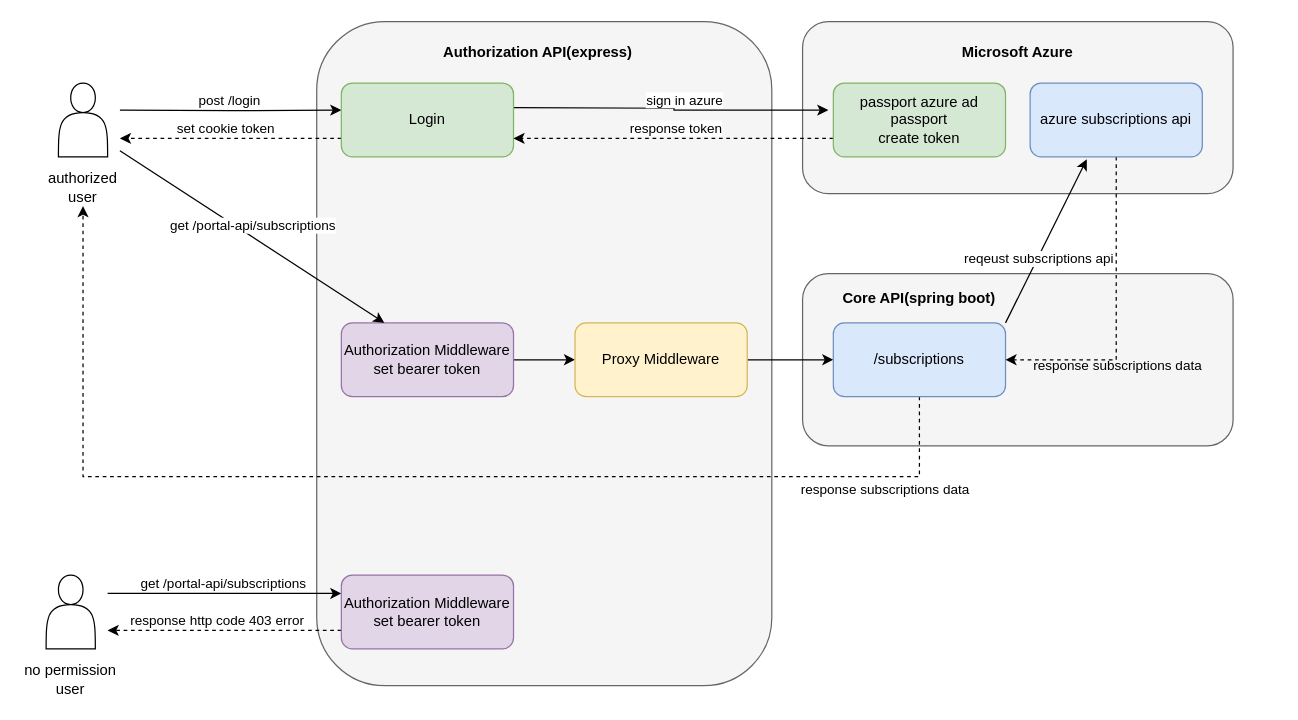
The draw.io diagram gov-portal-api.drawio in liamyoon/document, before the edit. Source tidied: cells renumbered, new cells numbered last; positions are measured from the earlier drawing's top-left corner, leaving out a move shared by most shapes. Both pictures are drawn from the tidied source at 123%, with x=0, y=0 at pixel (21, 21).
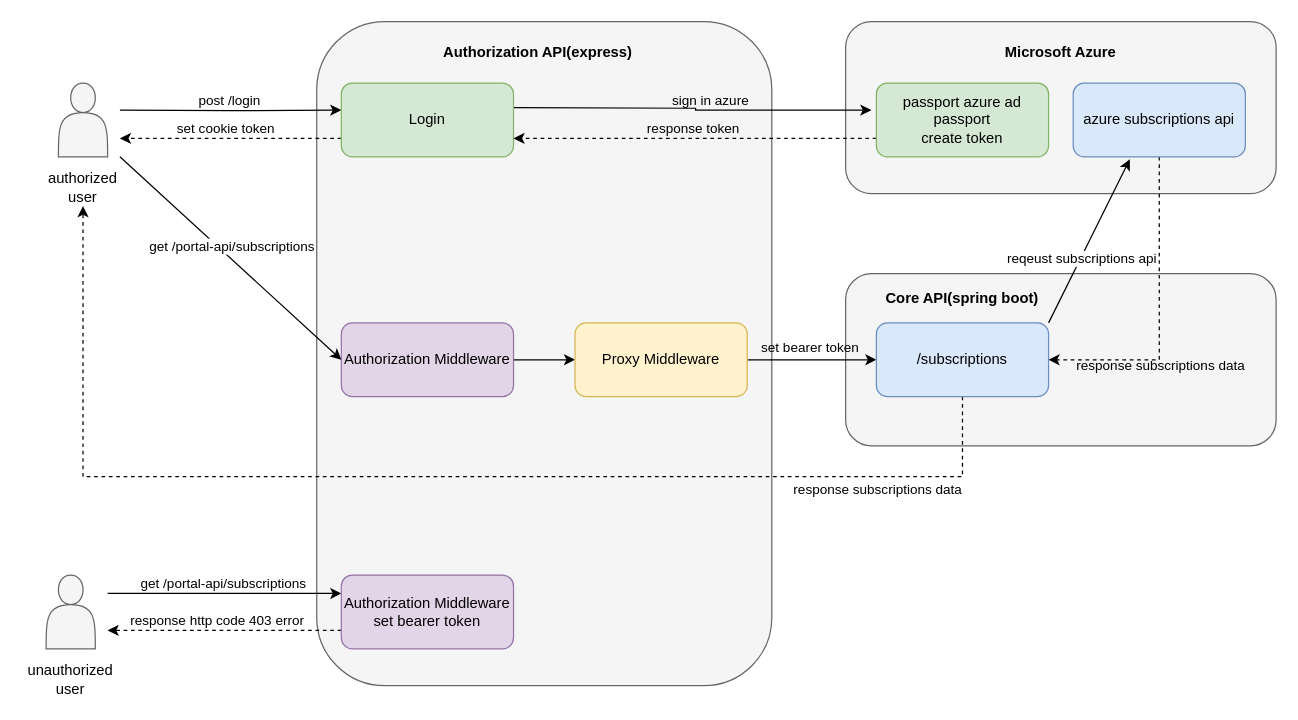
The same page after the edit.

Unchanged cells that the change refers to:
```xml
<mxCell id="11" style="edgeStyle=orthogonalEdgeStyle;rounded=0;jettySize=auto;html=1;entryX=0;entryY=0.5;entryDx=0;entryDy=0;" parent="1" edge="1" source="12" target="24">
  <mxGeometry relative="1" as="geometry" />
</mxCell>
<mxCell id="13" style="edgeStyle=orthogonalEdgeStyle;rounded=0;jettySize=auto;html=1;exitX=1;exitY=0.25;exitDx=0;exitDy=0;entryX=-0.029;entryY=0.367;entryDx=0;entryDy=0;entryPerimeter=0;" parent="1" edge="1" target="21">
  <mxGeometry relative="1" as="geometry">
    <mxPoint x="400" y="70" as="sourcePoint" />
  </mxGeometry>
</mxCell>
<mxCell id="19" style="edgeStyle=orthogonalEdgeStyle;rounded=0;jettySize=auto;html=1;exitX=0;exitY=0.75;exitDx=0;exitDy=0;entryX=1;entryY=0.75;entryDx=0;entryDy=0;dashed=1;" parent="1" edge="1" source="21" target="17">
  <mxGeometry relative="1" as="geometry" />
</mxCell>
<mxCell id="28" value="authorized user" style="text;html=1;align=center;verticalAlign=middle;whiteSpace=wrap;rounded=0;" parent="1" vertex="1">
  <mxGeometry x="10" y="120" width="80" height="30" as="geometry" />
</mxCell>
```

Change to the diagram source:
```diff
@@
     <mxCell id="2" style="rounded=1;whiteSpace=wrap;html=1;fillColor=#f5f5f5;fontColor=#333333;strokeColor=#666666;" parent="1" vertex="1">
-      <mxGeometry x="635" y="205" width="350" height="140" as="geometry" />
+      <mxGeometry x="670" y="205" width="350" height="140" as="geometry" />
     </mxCell>
     <mxCell id="3" style="rounded=1;whiteSpace=wrap;html=1;fillColor=#f5f5f5;fontColor=#333333;strokeColor=#666666;" parent="1" vertex="1">
-      <mxGeometry x="635" width="350" height="140" as="geometry" />
+      <mxGeometry x="670" width="350" height="140" as="geometry" />
     </mxCell>
@@
-    <mxCell id="7" style="shape=actor;whiteSpace=wrap;html=1;" parent="1" vertex="1">
+    <mxCell id="7" style="shape=actor;whiteSpace=wrap;html=1;fillColor=#f5f5f5;strokeColor=#666666;fontColor=#333333;" parent="1" vertex="1">
       <mxGeometry x="30" y="50" width="40" height="60" as="geometry" />
     </mxCell>
@@
-    <mxCell id="10" value="Authorization Middleware&lt;br&gt;set bearer token" style="rounded=1;whiteSpace=wrap;html=1;fillColor=#e1d5e7;strokeColor=#9673a6;" parent="1" vertex="1">
+    <mxCell id="10" value="Authorization Middleware" style="rounded=1;whiteSpace=wrap;html=1;fillColor=#e1d5e7;strokeColor=#9673a6;" parent="1" vertex="1">
       <mxGeometry x="260" y="245" width="140" height="60" as="geometry" />
     </mxCell>
@@
+    <mxCell id="41" value="set bearer token" style="edgeLabel;html=1;align=center;verticalAlign=middle;labelBackgroundColor=none;" parent="11" vertex="1">
+      <mxGeometry x="-0.3" y="1" relative="1" as="geometry">
+        <mxPoint x="13" y="-10" as="offset" />
+      </mxGeometry>
+    </mxCell>
@@
-    <mxCell id="14" value="sign in azure" style="edgeLabel;html=1;align=center;verticalAlign=middle;" parent="13" vertex="1">
+    <mxCell id="14" value="sign in azure" style="edgeLabel;html=1;align=center;verticalAlign=middle;labelBackgroundColor=none;" parent="13" vertex="1">
       <mxGeometry x="0.2" y="2" relative="1" as="geometry">
         <mxPoint x="-14" y="-7" as="offset" />
       </mxGeometry>
     </mxCell>
@@
     <mxCell id="18" value="Microsoft Azure" style="text;html=1;align=center;verticalAlign=middle;whiteSpace=wrap;rounded=0;fontStyle=1;" parent="1" vertex="1">
-      <mxGeometry x="730" y="10" width="160" height="30" as="geometry" />
+      <mxGeometry x="765" y="10" width="160" height="30" as="geometry" />
     </mxCell>
@@
-    <mxCell id="20" value="response token" style="edgeLabel;html=1;align=center;verticalAlign=middle;" parent="19" vertex="1">
+    <mxCell id="20" value="response token" style="edgeLabel;html=1;align=center;verticalAlign=middle;labelBackgroundColor=none;" parent="19" vertex="1">
       <mxGeometry x="0.17" y="4" relative="1" as="geometry">
         <mxPoint x="23" y="-13" as="offset" />
       </mxGeometry>
     </mxCell>
     <mxCell id="21" value="passport azure ad passport&lt;div&gt;create token&lt;/div&gt;" style="rounded=1;whiteSpace=wrap;html=1;fillColor=#d5e8d4;strokeColor=#82b366;" parent="1" vertex="1">
-      <mxGeometry x="660" y="50" width="140" height="60" as="geometry" />
+      <mxGeometry x="695" y="50" width="140" height="60" as="geometry" />
     </mxCell>
     <mxCell id="22" style="edgeStyle=orthogonalEdgeStyle;rounded=0;jettySize=auto;html=1;exitX=0.5;exitY=1;exitDx=0;exitDy=0;entryX=0.5;entryY=1;entryDx=0;entryDy=0;dashed=1;" parent="1" edge="1" source="24" target="28">
       <mxGeometry relative="1" as="geometry">
         <Array as="points">
-          <mxPoint x="730" y="370" />
+          <mxPoint x="765" y="370" />
           <mxPoint x="50" y="370" />
         </Array>
       </mxGeometry>
     </mxCell>
     <mxCell id="23" value="response subscriptions data" style="edgeLabel;html=1;align=center;verticalAlign=middle;" parent="22" vertex="1">
       <mxGeometry x="-0.8" y="3" relative="1" as="geometry">
-        <mxPoint x="2" y="7" as="offset" />
+        <mxPoint x="-35" y="7" as="offset" />
       </mxGeometry>
     </mxCell>
     <mxCell id="24" value="/subscriptions" style="rounded=1;whiteSpace=wrap;html=1;fillColor=#dae8fc;strokeColor=#6c8ebf;" parent="1" vertex="1">
-      <mxGeometry x="660" y="245" width="140" height="60" as="geometry" />
+      <mxGeometry x="695" y="245" width="140" height="60" as="geometry" />
     </mxCell>
     <mxCell id="25" value="Core API(spring boot)" style="text;html=1;align=center;verticalAlign=middle;whiteSpace=wrap;rounded=0;fontStyle=1;" parent="1" vertex="1">
-      <mxGeometry x="650" y="210" width="160" height="30" as="geometry" />
+      <mxGeometry x="685" y="210" width="160" height="30" as="geometry" />
     </mxCell>
-    <mxCell id="26" style="rounded=0;jettySize=auto;html=1;entryX=0.25;entryY=0;entryDx=0;entryDy=0;" parent="1" edge="1" target="10">
+    <mxCell id="26" style="rounded=0;jettySize=auto;html=1;entryX=0;entryY=0.5;entryDx=0;entryDy=0;" parent="1" edge="1" target="10">
       <mxGeometry relative="1" as="geometry">
-        <mxPoint x="80" y="105" as="sourcePoint" />
+        <mxPoint x="80" y="110" as="sourcePoint" />
       </mxGeometry>
     </mxCell>
@@
-    <mxCell id="29" style="shape=actor;whiteSpace=wrap;html=1;" parent="1" vertex="1">
+    <mxCell id="29" style="shape=actor;whiteSpace=wrap;html=1;fillColor=#f5f5f5;strokeColor=#666666;fontColor=#333333;" parent="1" vertex="1">
       <mxGeometry x="20" y="450" width="40" height="60" as="geometry" />
     </mxCell>
-    <mxCell id="30" value="no permission user" style="text;html=1;align=center;verticalAlign=middle;whiteSpace=wrap;rounded=0;" parent="1" vertex="1">
+    <mxCell id="30" value="unauthorized user" style="text;html=1;align=center;verticalAlign=middle;whiteSpace=wrap;rounded=0;" parent="1" vertex="1">
       <mxGeometry y="520" width="80" height="30" as="geometry" />
     </mxCell>
@@
     <mxCell id="36" style="rounded=0;jettySize=auto;html=1;exitX=0.75;exitY=1;exitDx=0;exitDy=0;entryX=1;entryY=0.5;entryDx=0;entryDy=0;dashed=1;edgeStyle=orthogonalEdgeStyle;" parent="1" edge="1" target="24">
       <mxGeometry relative="1" as="geometry">
-        <mxPoint x="890" y="110" as="sourcePoint" />
+        <mxPoint x="925" y="110" as="sourcePoint" />
         <Array as="points">
-          <mxPoint x="890" y="275" />
+          <mxPoint x="925" y="275" />
         </Array>
       </mxGeometry>
     </mxCell>
@@
     <mxCell id="38" value="azure subscriptions api" style="rounded=1;whiteSpace=wrap;html=1;fillColor=#dae8fc;strokeColor=#6c8ebf;" parent="1" vertex="1">
-      <mxGeometry x="820" y="50" width="140" height="60" as="geometry" />
+      <mxGeometry x="855" y="50" width="140" height="60" as="geometry" />
     </mxCell>
```
